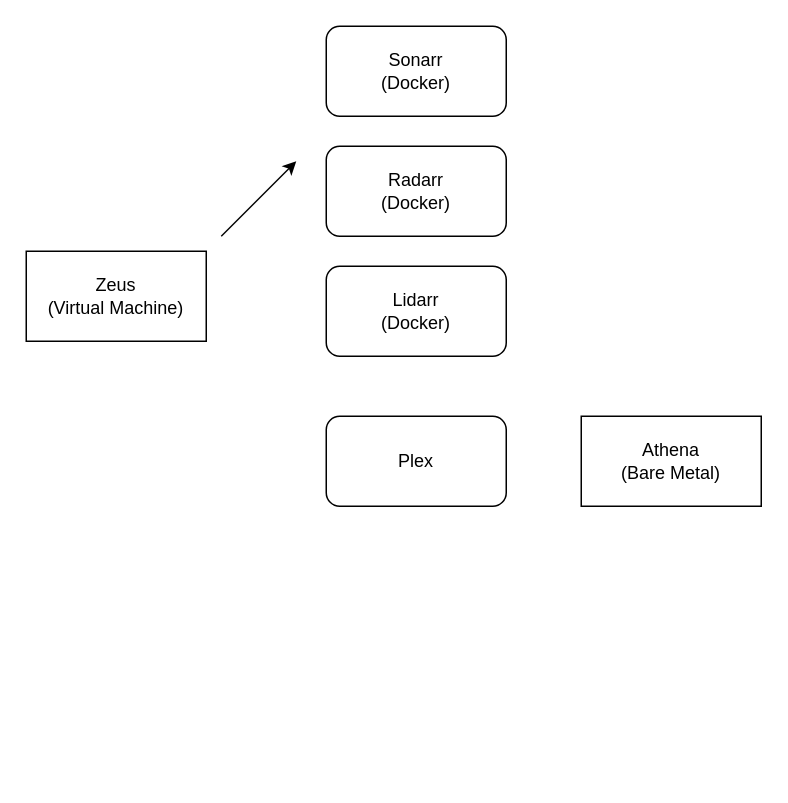
The draw.io diagram Untitled Diagram.drawio in admaughan1975/admaughan1975, before the edit. Source tidied: cells renumbered, new cells numbered last; positions are measured from the earlier drawing's top-left corner, leaving out a move shared by most shapes. Both pictures are drawn from the tidied source at 150%, with x=0, y=0 at pixel (26, 26).
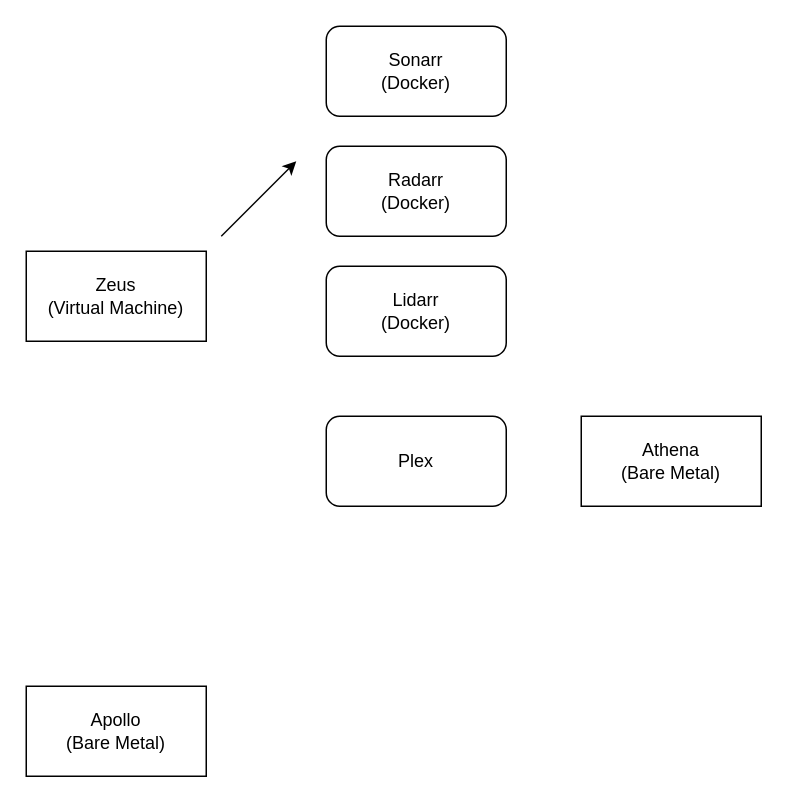
The same page after the edit.

What changed in the source:
```diff
@@
 <mxGraphModel>
   <root>
     <mxCell id="0" />
     <mxCell id="1" parent="0" />
     <mxCell id="2" value="Zeus&lt;br&gt;(Virtual Machine)" style="rounded=0;whiteSpace=wrap;html=1;" parent="1" vertex="1">
       <mxGeometry y="150" width="120" height="60" as="geometry" />
     </mxCell>
     <mxCell id="3" style="endArrow=classic;html=1;rounded=0;" parent="1" edge="1">
       <mxGeometry relative="1" as="geometry">
         <mxPoint x="130" y="140" as="sourcePoint" />
         <mxPoint x="180" y="90" as="targetPoint" />
       </mxGeometry>
     </mxCell>
     <mxCell id="4" value="Sonarr&lt;br&gt;(Docker)" style="rounded=1;whiteSpace=wrap;html=1;" parent="1" vertex="1">
       <mxGeometry x="200" width="120" height="60" as="geometry" />
     </mxCell>
     <mxCell id="5" value="Lidarr&lt;br&gt;(Docker)" style="rounded=1;whiteSpace=wrap;html=1;" parent="1" vertex="1">
       <mxGeometry x="200" y="160" width="120" height="60" as="geometry" />
     </mxCell>
     <mxCell id="6" value="Radarr&lt;br&gt;(Docker)" style="rounded=1;whiteSpace=wrap;html=1;" parent="1" vertex="1">
       <mxGeometry x="200" y="80" width="120" height="60" as="geometry" />
     </mxCell>
     <mxCell id="7" value="Athena&lt;br&gt;(Bare Metal)" style="rounded=0;whiteSpace=wrap;html=1;" parent="1" vertex="1">
       <mxGeometry x="370" y="260" width="120" height="60" as="geometry" />
     </mxCell>
     <mxCell id="8" value="Plex" style="rounded=1;whiteSpace=wrap;html=1;" parent="1" vertex="1">
       <mxGeometry x="200" y="260" width="120" height="60" as="geometry" />
     </mxCell>
+    <mxCell id="9" value="Apollo&lt;br&gt;(Bare Metal)" style="rounded=0;whiteSpace=wrap;html=1;" parent="1" vertex="1">
+      <mxGeometry y="440" width="120" height="60" as="geometry" />
+    </mxCell>
   </root>
 </mxGraphModel>
```
